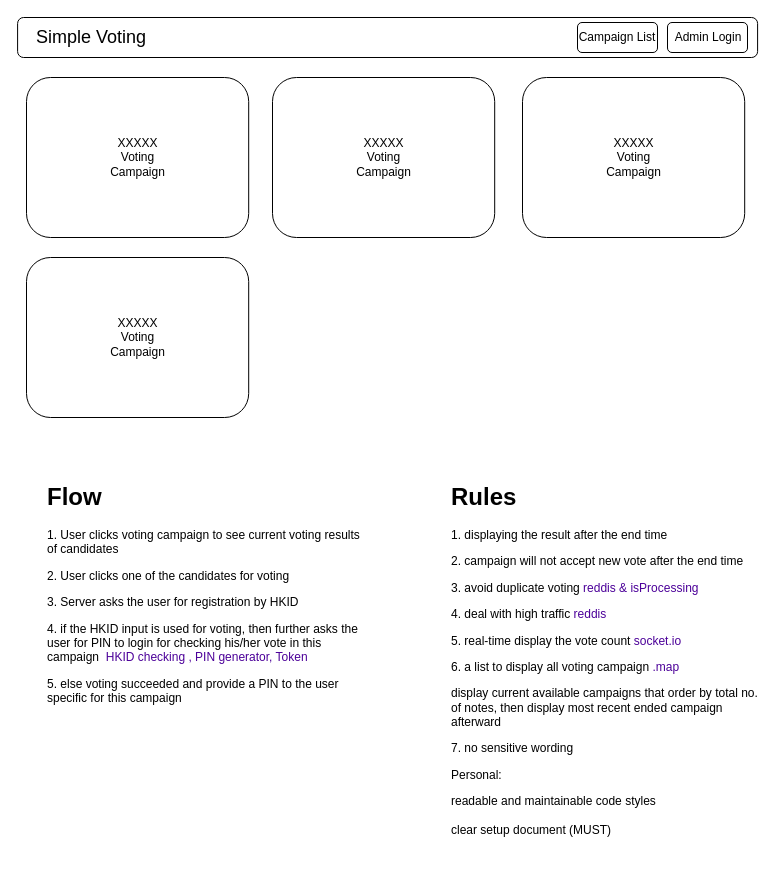
Before: page "main_page" (1 of 4) of simplevoting.drawio in Karl1009/simpleVoting, a draw.io diagram. Source tidied: cells renumbered, new cells numbered last; positions are measured from the earlier drawing's top-left corner, leaving out a move shared by most shapes. Both pictures are drawn from the tidied source at 100%, with x=0, y=0 at pixel (17, 17).
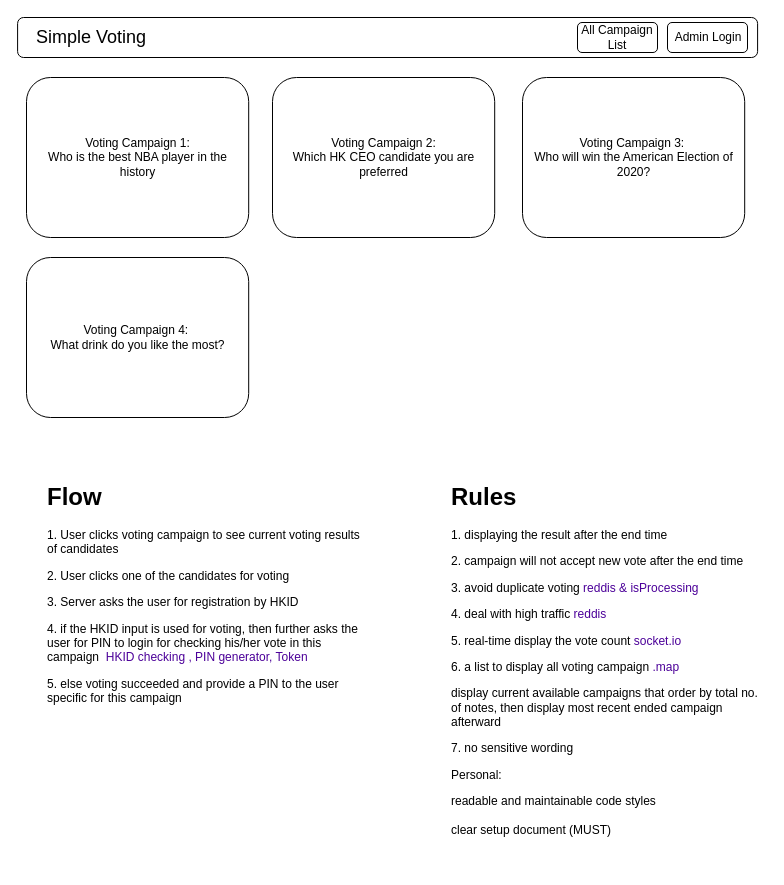
The same page after the edit.

What changed in the source:
```diff
@@
 <mxGraphModel>
   <root>
     <mxCell id="0" />
     <mxCell id="1" parent="0" />
     <mxCell id="2" style="rounded=1;whiteSpace=wrap;html=1;" parent="1" vertex="1">
       <mxGeometry x="0.1" width="740" height="40" as="geometry" />
     </mxCell>
     <mxCell id="3" style="rounded=1;whiteSpace=wrap;html=1;" parent="1" vertex="1">
       <mxGeometry x="560" y="5" width="80" height="30" as="geometry" />
     </mxCell>
     <mxCell id="4" style="rounded=1;whiteSpace=wrap;html=1;" parent="1" vertex="1">
       <mxGeometry x="650" y="5" width="80" height="30" as="geometry" />
     </mxCell>
     <mxCell id="5" value="Admin Login" style="text;html=1;strokeColor=none;fillColor=none;align=center;verticalAlign=middle;whiteSpace=wrap;rounded=0;" parent="1" vertex="1">
       <mxGeometry x="651" y="10" width="80" height="20" as="geometry" />
     </mxCell>
     <mxCell id="6" style="rounded=1;whiteSpace=wrap;html=1;" parent="1" vertex="1">
       <mxGeometry x="9" y="60" width="222.2" height="160" as="geometry" />
     </mxCell>
-    <mxCell id="7" value="&lt;font style=&quot;font-size: 12px&quot;&gt;XXXXX&lt;br&gt;Voting&lt;br&gt;Campaign&lt;/font&gt;" style="text;html=1;strokeColor=none;fillColor=none;align=center;verticalAlign=middle;whiteSpace=wrap;rounded=0;" parent="1" vertex="1">
+    <mxCell id="7" value="Voting Campaign 1: &lt;br&gt;Who is the best NBA player in the history" style="text;html=1;strokeColor=none;fillColor=none;align=center;verticalAlign=middle;whiteSpace=wrap;rounded=0;" parent="1" vertex="1">
       <mxGeometry x="17.6" y="70" width="205" height="140" as="geometry" />
     </mxCell>
     <mxCell id="8" style="rounded=1;whiteSpace=wrap;html=1;" parent="1" vertex="1">
       <mxGeometry x="255" y="60" width="222.2" height="160" as="geometry" />
     </mxCell>
-    <mxCell id="9" value="&lt;font style=&quot;font-size: 12px&quot;&gt;XXXXX&lt;br&gt;Voting&lt;br&gt;Campaign&lt;/font&gt;" style="text;html=1;strokeColor=none;fillColor=none;align=center;verticalAlign=middle;whiteSpace=wrap;rounded=0;" parent="1" vertex="1">
+    <mxCell id="9" value="Voting Campaign 2: &lt;br&gt;Which HK CEO candidate you are preferred" style="text;html=1;strokeColor=none;fillColor=none;align=center;verticalAlign=middle;whiteSpace=wrap;rounded=0;" parent="1" vertex="1">
       <mxGeometry x="263.6" y="70" width="205" height="140" as="geometry" />
     </mxCell>
     <mxCell id="10" style="rounded=1;whiteSpace=wrap;html=1;" parent="1" vertex="1">
       <mxGeometry x="505" y="60" width="222.2" height="160" as="geometry" />
     </mxCell>
-    <mxCell id="11" value="&lt;font style=&quot;font-size: 12px&quot;&gt;XXXXX&lt;br&gt;Voting&lt;br&gt;Campaign&lt;/font&gt;" style="text;html=1;strokeColor=none;fillColor=none;align=center;verticalAlign=middle;whiteSpace=wrap;rounded=0;" parent="1" vertex="1">
+    <mxCell id="11" value="Voting Campaign 3:&amp;nbsp;&lt;br&gt;Who will win the American Election of 2020?" style="text;html=1;strokeColor=none;fillColor=none;align=center;verticalAlign=middle;whiteSpace=wrap;rounded=0;" parent="1" vertex="1">
       <mxGeometry x="513.6" y="70" width="205" height="140" as="geometry" />
     </mxCell>
     <mxCell id="12" style="rounded=1;whiteSpace=wrap;html=1;" parent="1" vertex="1">
       <mxGeometry x="9" y="240" width="222.2" height="160" as="geometry" />
     </mxCell>
-    <mxCell id="13" value="&lt;font style=&quot;font-size: 12px&quot;&gt;XXXXX&lt;br&gt;Voting&lt;br&gt;Campaign&lt;/font&gt;" style="text;html=1;strokeColor=none;fillColor=none;align=center;verticalAlign=middle;whiteSpace=wrap;rounded=0;" parent="1" vertex="1">
+    <mxCell id="13" value="Voting Campaign 4:&amp;nbsp;&lt;br&gt;What drink do you like the most?" style="text;html=1;strokeColor=none;fillColor=none;align=center;verticalAlign=middle;whiteSpace=wrap;rounded=0;" parent="1" vertex="1">
       <mxGeometry x="17.6" y="250" width="205" height="140" as="geometry" />
     </mxCell>
     <mxCell id="14" value="&lt;font style=&quot;font-size: 18px&quot;&gt;Simple Voting&lt;/font&gt;" style="text;html=1;strokeColor=none;fillColor=none;align=center;verticalAlign=middle;whiteSpace=wrap;rounded=0;" parent="1" vertex="1">
       <mxGeometry x="9" y="10" width="130" height="20" as="geometry" />
     </mxCell>
     <mxCell id="15" value="&lt;h1&gt;Flow&lt;/h1&gt;&lt;p&gt;1. User clicks voting campaign to see current voting results of candidates&amp;nbsp;&lt;/p&gt;&lt;p&gt;2. User clicks one of the candidates for voting&lt;/p&gt;&lt;p&gt;3. Server asks the user for registration by HKID&lt;/p&gt;&lt;p&gt;4. if the HKID input is used for voting,&amp;nbsp;then further asks the user for PIN to login for checking his/her vote in this campaign&amp;nbsp;&lt;font color=&quot;#4c0099&quot;&gt; HKID checking , PIN generator, Token&lt;/font&gt;&lt;/p&gt;&lt;p&gt;5. else voting succeeded and provide a PIN to the user specific for this campaign&lt;/p&gt;&lt;p&gt;&lt;br&gt;&lt;/p&gt;" style="text;html=1;strokeColor=none;fillColor=none;spacing=5;spacingTop=-20;whiteSpace=wrap;overflow=hidden;rounded=0;" parent="1" vertex="1">
       <mxGeometry x="25.1" y="460" width="323.9" height="290" as="geometry" />
     </mxCell>
     <mxCell id="16" value="&lt;h1&gt;Rules&lt;/h1&gt;&lt;p&gt;1. displaying the result after the end time&lt;/p&gt;&lt;p&gt;2. campaign will not accept new vote after the end time&lt;/p&gt;&lt;p&gt;3. avoid duplicate voting &lt;font color=&quot;#4c0099&quot;&gt;reddis &amp;amp; isProcessing&lt;/font&gt;&lt;/p&gt;&lt;p&gt;&lt;span&gt;4. deal with high traffic&lt;/span&gt;&lt;span&gt; &lt;/span&gt;&lt;font color=&quot;#4c0099&quot;&gt;reddis&lt;/font&gt;&lt;/p&gt;&lt;p&gt;5. real-time display the vote count &lt;font color=&quot;#4c0099&quot;&gt;socket.io&lt;/font&gt;&lt;/p&gt;&lt;p&gt;6. a list to display all voting campaign &lt;font color=&quot;#4c0099&quot;&gt;.map&lt;/font&gt;&lt;/p&gt;&lt;p&gt;display current available campaigns that order by total no. of notes, then display most recent ended campaign afterward&lt;/p&gt;&lt;p&gt;7. no sensitive wording&amp;nbsp;&lt;/p&gt;&lt;p&gt;Personal:&amp;nbsp;&lt;/p&gt;readable and maintainable code styles&lt;br&gt;&lt;br&gt;clear setup document (MUST)&lt;br&gt;" style="text;html=1;strokeColor=none;fillColor=none;spacing=5;spacingTop=-20;whiteSpace=wrap;overflow=hidden;rounded=0;" parent="1" vertex="1">
       <mxGeometry x="429" y="460" width="320" height="390" as="geometry" />
     </mxCell>
-    <mxCell id="17" value="Campaign List" style="text;html=1;strokeColor=none;fillColor=none;align=center;verticalAlign=middle;whiteSpace=wrap;rounded=0;" parent="1" vertex="1">
+    <mxCell id="17" value="All Campaign List" style="text;html=1;strokeColor=none;fillColor=none;align=center;verticalAlign=middle;whiteSpace=wrap;rounded=0;" parent="1" vertex="1">
       <mxGeometry x="560" y="10" width="80" height="20" as="geometry" />
     </mxCell>
   </root>
 </mxGraphModel>
```
